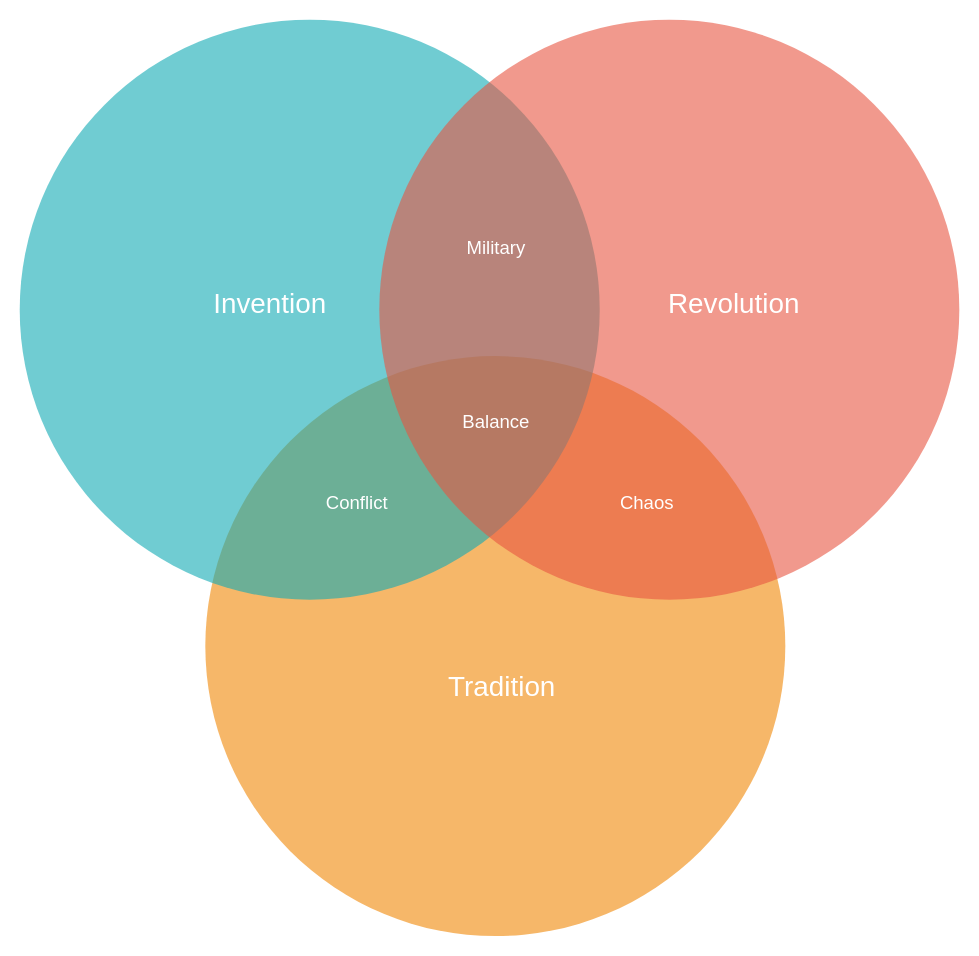
This is Untitled Diagram.drawio from MicheloMJ/planq, a draw.io file, before an edit. Source tidied: cells renumbered, new cells numbered last; positions are measured from the earlier drawing's top-left corner, leaving out a move shared by most shapes. Both pictures are drawn from the tidied source at 116%, with x=0, y=0 at pixel (20, 19).
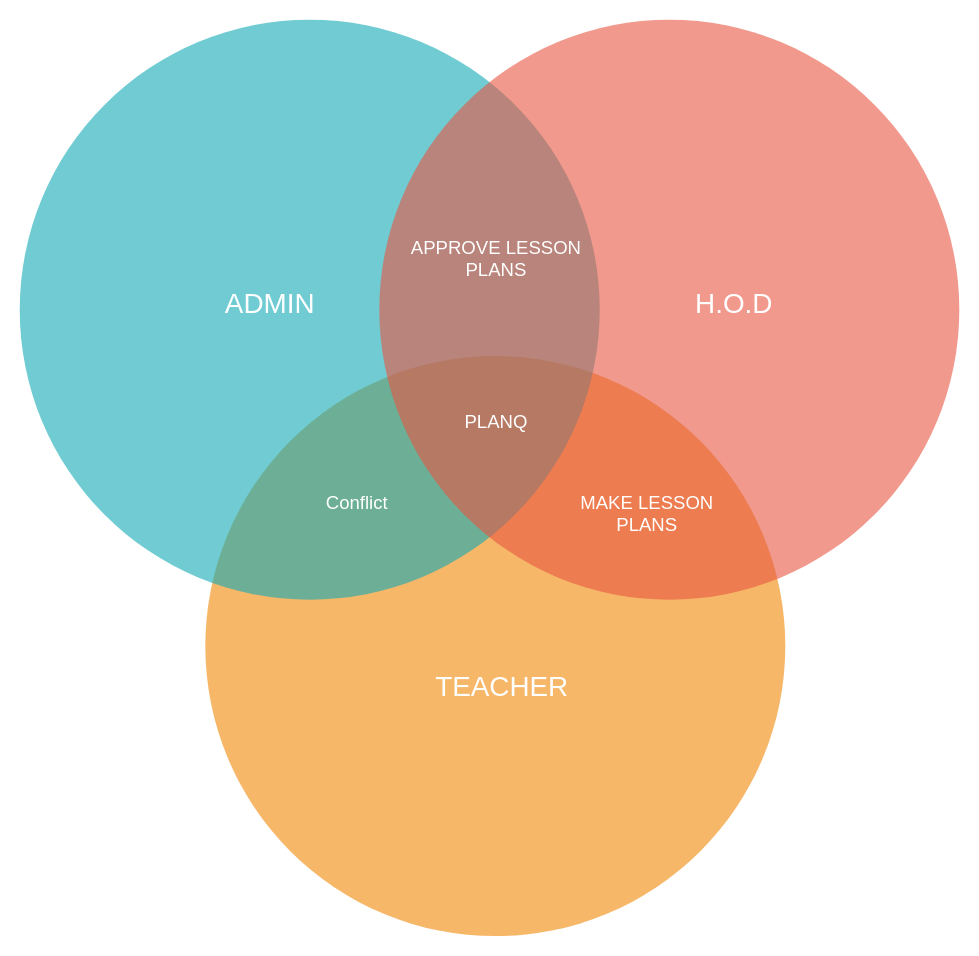
After the change.

What changed in the source:
```diff
@@
 <mxGraphModel>
   <root>
     <mxCell id="0" />
     <mxCell id="1" parent="0" />
     <mxCell id="2" style="ellipse;fillColor=#F08705;opacity=60;strokeColor=none;html=1;fontColor=#FFFFFF;" parent="1" vertex="1">
       <mxGeometry x="159.5" y="290.5" width="500" height="500" as="geometry" />
     </mxCell>
     <mxCell id="3" style="ellipse;fillColor=#12AAB5;opacity=60;strokeColor=none;html=1;fontColor=#FFFFFF;" parent="1" vertex="1">
       <mxGeometry x="-0.5" y="0.5" width="500" height="500" as="geometry" />
     </mxCell>
     <mxCell id="4" style="ellipse;fillColor=#e85642;opacity=60;strokeColor=none;html=1;fontColor=#FFFFFF;" parent="1" vertex="1">
       <mxGeometry x="309.5" y="0.5" width="500" height="500" as="geometry" />
     </mxCell>
-    <mxCell id="5" value="Invention" style="text;fontSize=24;align=center;verticalAlign=middle;html=1;fontColor=#FFFFFF;" parent="1" vertex="1">
+    <mxCell id="5" value="ADMIN" style="text;fontSize=24;align=center;verticalAlign=middle;html=1;fontColor=#FFFFFF;" parent="1" vertex="1">
       <mxGeometry x="119.5" y="210.5" width="190" height="70" as="geometry" />
     </mxCell>
-    <mxCell id="6" value="Revolution" style="text;fontSize=24;align=center;verticalAlign=middle;html=1;fontColor=#FFFFFF;" parent="1" vertex="1">
+    <mxCell id="6" value="H.O.D" style="text;fontSize=24;align=center;verticalAlign=middle;html=1;fontColor=#FFFFFF;" parent="1" vertex="1">
       <mxGeometry x="519.5" y="210.5" width="190" height="70" as="geometry" />
     </mxCell>
-    <mxCell id="7" value="Tradition" style="text;fontSize=24;align=center;verticalAlign=middle;html=1;fontColor=#FFFFFF;" parent="1" vertex="1">
+    <mxCell id="7" value="TEACHER" style="text;fontSize=24;align=center;verticalAlign=middle;html=1;fontColor=#FFFFFF;" parent="1" vertex="1">
       <mxGeometry x="319.5" y="540.5" width="190" height="70" as="geometry" />
     </mxCell>
-    <mxCell id="8" value="Military" style="text;align=center;html=1;fontColor=#FFFFFF;fontSize=16;" parent="1" vertex="1">
+    <mxCell id="8" value="APPROVE LESSON &lt;br&gt;PLANS" style="text;align=center;html=1;fontColor=#FFFFFF;fontSize=16;" parent="1" vertex="1">
       <mxGeometry x="389.5" y="180.5" width="40" height="40" as="geometry" />
     </mxCell>
     <mxCell id="9" value="Conflict" style="text;align=center;html=1;fontColor=#FFFFFF;fontSize=16;" parent="1" vertex="1">
       <mxGeometry x="269.5" y="400.5" width="40" height="40" as="geometry" />
     </mxCell>
-    <mxCell id="10" value="Chaos" style="text;align=center;html=1;fontColor=#FFFFFF;fontSize=16;" parent="1" vertex="1">
+    <mxCell id="10" value="MAKE LESSON&lt;br&gt;PLANS" style="text;align=center;html=1;fontColor=#FFFFFF;fontSize=16;" parent="1" vertex="1">
       <mxGeometry x="519.5" y="400.5" width="40" height="40" as="geometry" />
     </mxCell>
-    <mxCell id="11" value="Balance" style="text;align=center;html=1;fontColor=#FFFFFF;fontSize=16;" parent="1" vertex="1">
+    <mxCell id="11" value="PLANQ" style="text;align=center;html=1;fontColor=#FFFFFF;fontSize=16;" parent="1" vertex="1">
       <mxGeometry x="389.5" y="330.5" width="40" height="40" as="geometry" />
     </mxCell>
   </root>
 </mxGraphModel>
```
